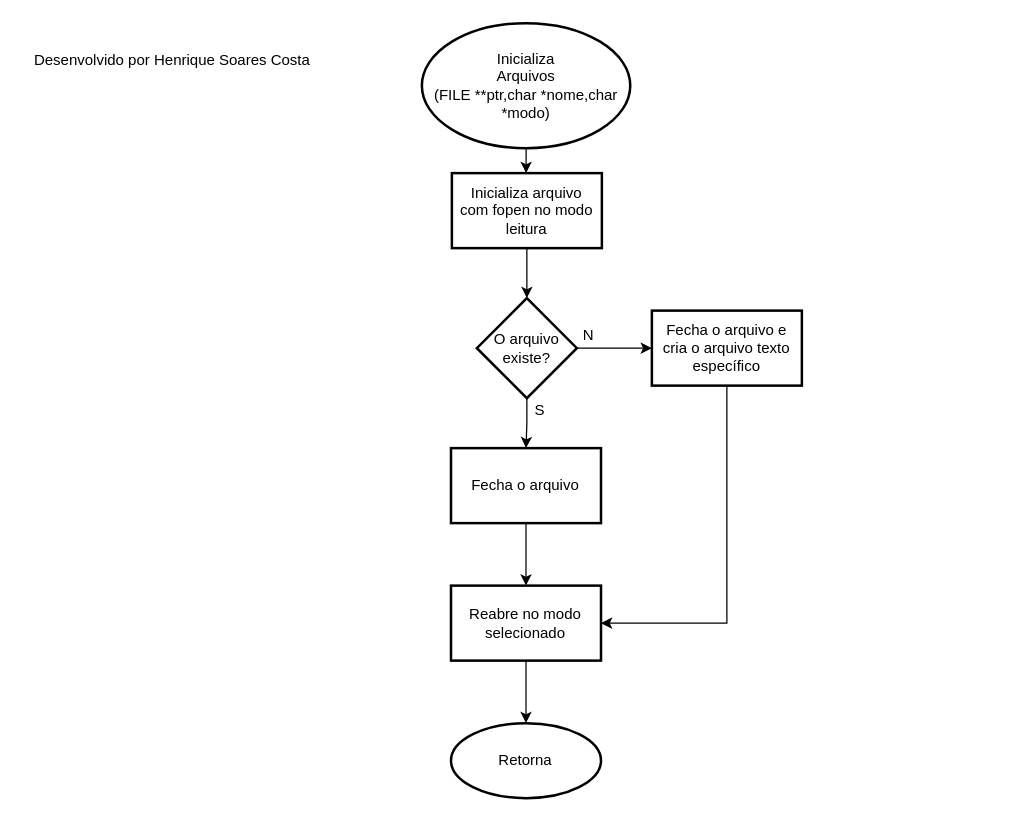
Before: Fluxograma/inicializa_arquivos.drawio in riquetret/Mania-Filmes, a draw.io diagram. Source tidied: cells renumbered, new cells numbered last; positions are measured from the earlier drawing's top-left corner, leaving out a move shared by most shapes. Both pictures are drawn from the tidied source at 125%, with x=0, y=0 at pixel (21, 22).
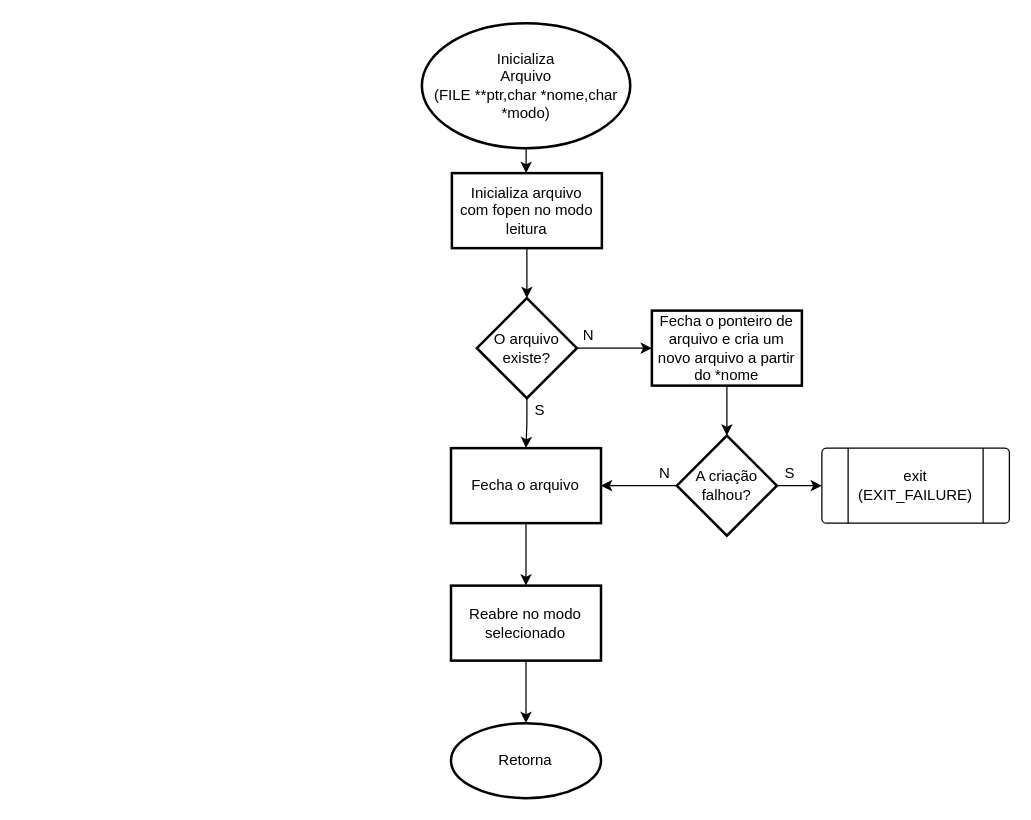
The same diagram, later.

The change refers to these unchanged cells:
```xml
<mxCell id="10" value="Fecha o arquivo" style="whiteSpace=wrap;html=1;strokeWidth=2;" parent="1" vertex="1">
  <mxGeometry x="343.3" y="340" width="120" height="60" as="geometry" />
</mxCell>
<mxCell id="15" value="&lt;span&gt;Reabre no modo selecionado&lt;/span&gt;" style="whiteSpace=wrap;html=1;strokeWidth=2;" parent="1" vertex="1">
  <mxGeometry x="343.3" y="450" width="120" height="60" as="geometry" />
</mxCell>
```

The edit, as a diff of the source:
```diff
@@
-    <mxCell id="3" value="Inicializa&lt;br&gt;Arquivos&lt;br&gt;(FILE **ptr,char *nome,char *modo)" style="strokeWidth=2;html=1;shape=mxgraph.flowchart.start_1;whiteSpace=wrap;" parent="1" vertex="1">
+    <mxCell id="3" value="Inicializa&lt;br&gt;Arquivo&lt;br&gt;(FILE **ptr,char *nome,char *modo)" style="strokeWidth=2;html=1;shape=mxgraph.flowchart.start_1;whiteSpace=wrap;" parent="1" vertex="1">
       <mxGeometry x="320" width="166.7" height="100" as="geometry" />
     </mxCell>
@@
-    <mxCell id="12" style="edgeStyle=orthogonalEdgeStyle;rounded=0;jettySize=auto;html=1;exitX=0.5;exitY=1;exitDx=0;exitDy=0;entryX=1;entryY=0.5;entryDx=0;entryDy=0;" parent="1" edge="1" source="13" target="15">
-      <mxGeometry relative="1" as="geometry" />
-    </mxCell>
+    <mxCell id="19" style="edgeStyle=orthogonalEdgeStyle;rounded=0;jettySize=auto;html=1;" parent="1" edge="1" source="13" target="22">
+      <mxGeometry relative="1" as="geometry" />
+    </mxCell>
-    <mxCell id="13" value="Fecha o arquivo e cria o arquivo texto específico" style="whiteSpace=wrap;html=1;strokeWidth=2;" parent="1" vertex="1">
+    <mxCell id="13" value="Fecha o ponteiro de arquivo e cria um novo arquivo a partir do *nome" style="whiteSpace=wrap;html=1;strokeWidth=2;" parent="1" vertex="1">
       <mxGeometry x="504" y="230" width="120" height="60" as="geometry" />
     </mxCell>
@@
-    <mxCell id="18" value="Desenvolvido por Henrique Soares Costa" style="text;html=1;align=center;verticalAlign=middle;strokeColor=none;fillColor=none;" parent="1" vertex="1">
-      <mxGeometry y="20" width="240" height="20" as="geometry" />
-    </mxCell>
+    <mxCell id="20" style="edgeStyle=orthogonalEdgeStyle;rounded=0;jettySize=auto;html=1;exitX=1;exitY=0.5;exitDx=0;exitDy=0;entryX=0;entryY=0.5;entryDx=0;entryDy=0;" parent="1" edge="1" source="22" target="23">
+      <mxGeometry relative="1" as="geometry" />
+    </mxCell>
+    <mxCell id="21" style="edgeStyle=orthogonalEdgeStyle;rounded=0;jettySize=auto;html=1;exitX=0;exitY=0.5;exitDx=0;exitDy=0;entryX=1;entryY=0.5;entryDx=0;entryDy=0;" parent="1" edge="1" source="22" target="10">
+      <mxGeometry relative="1" as="geometry" />
+    </mxCell>
+    <mxCell id="22" value="A criação falhou?" style="rhombus;whiteSpace=wrap;html=1;strokeWidth=2;" parent="1" vertex="1">
+      <mxGeometry x="524" y="330" width="80" height="80" as="geometry" />
+    </mxCell>
+    <mxCell id="23" value="exit&lt;br&gt;(EXIT_FAILURE)" style="verticalLabelPosition=middle;verticalAlign=middle;html=1;shape=process;whiteSpace=wrap;rounded=1;size=0.14;arcSize=6;labelPosition=center;align=center;" parent="1" vertex="1">
+      <mxGeometry x="640" y="340" width="150" height="60" as="geometry" />
+    </mxCell>
+    <mxCell id="24" value="S" style="text;html=1;align=center;verticalAlign=middle;strokeColor=none;fillColor=none;" parent="1" vertex="1">
+      <mxGeometry x="604" y="350" width="20" height="20" as="geometry" />
+    </mxCell>
+    <mxCell id="25" value="N" style="text;html=1;align=center;verticalAlign=middle;strokeColor=none;fillColor=none;" parent="1" vertex="1">
+      <mxGeometry x="504" y="350" width="20" height="20" as="geometry" />
+    </mxCell>
```
